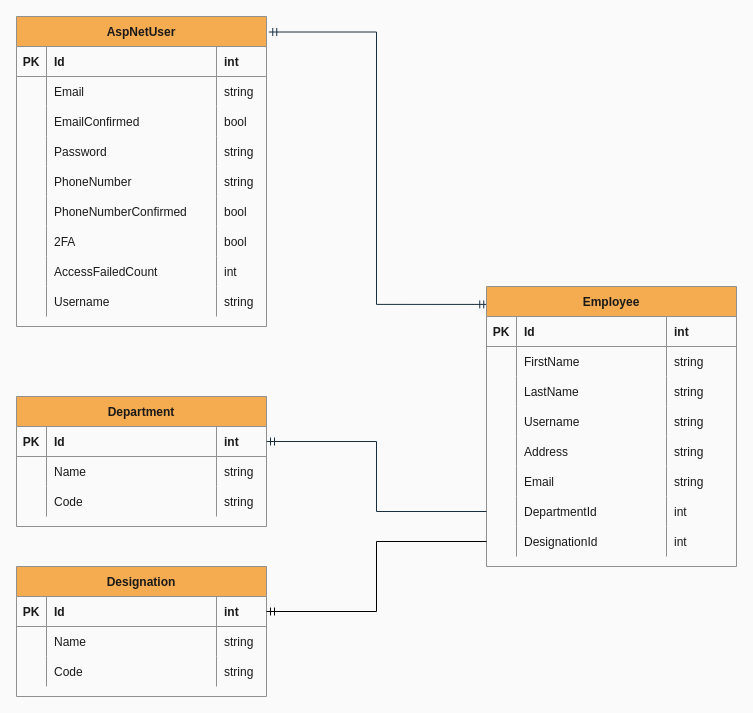
Earlier version of the draw.io diagram HRIS.drawio.xml (genebit/draw.io-diagrams). Source tidied: cells renumbered, new cells numbered last; positions are measured from the earlier drawing's top-left corner, leaving out a move shared by most shapes. Both pictures are drawn from the tidied source at 100%, with x=0, y=0 at pixel (16, 16).
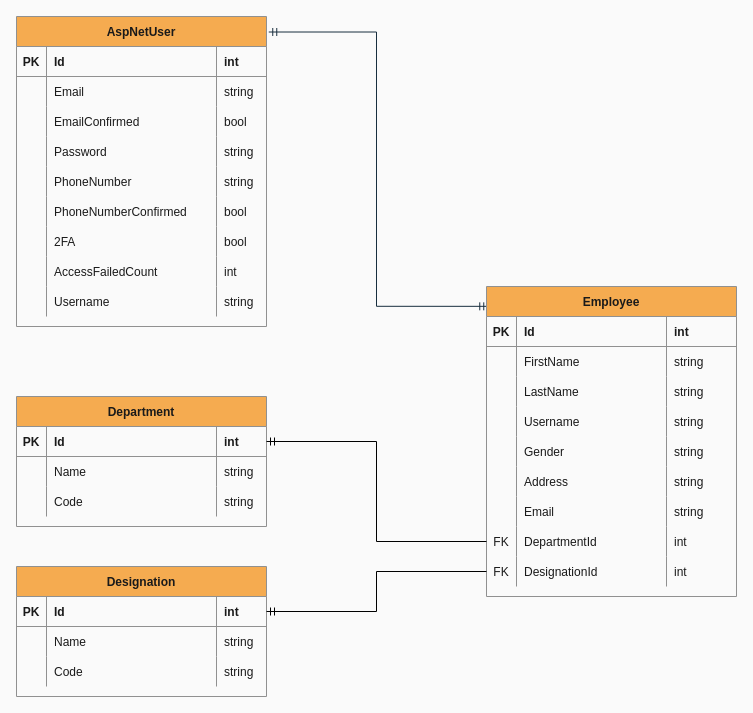
The same diagram, later.

The change refers to these unchanged cells:
```xml
<mxCell id="75" style="shape=tableRow;horizontal=0;startSize=0;swimlaneHead=0;swimlaneBody=0;fillColor=none;points=[[0,0.5],[1,0.5]];portConstraint=eastwest;top=0;left=0;right=0;bottom=1;strokeColor=#909090;fontColor=#1A1A1A;rounded=0;" parent="74" vertex="1">
  <mxGeometry y="30" width="250" height="30" as="geometry" />
</mxCell>
```

What changed in the source:
```diff
@@
     <mxCell id="41" value="Employee" style="shape=table;startSize=30;childLayout=tableLayout;rowLines=0;fontStyle=1;align=center;fillColor=#F5AB50;strokeColor=#909090;fontColor=#1A1A1A;rounded=0;shadow=0;" parent="1" vertex="1">
-      <mxGeometry x="470" y="270" width="250" height="280" as="geometry" />
+      <mxGeometry x="470" y="270" width="250" height="310" as="geometry" />
     </mxCell>
@@
+    <mxCell id="102" style="shape=tableRow;horizontal=0;startSize=0;swimlaneHead=0;swimlaneBody=0;fillColor=none;top=0;left=0;right=0;bottom=0;strokeColor=#909090;fontColor=#1A1A1A;rounded=0;" parent="41" vertex="1">
+      <mxGeometry y="150" width="250" height="30" as="geometry" />
+    </mxCell>
+    <mxCell id="103" style="shape=partialRectangle;overflow=hidden;fillColor=none;top=0;left=0;bottom=0;right=0;strokeColor=#909090;fontColor=#1A1A1A;rounded=0;" parent="102" vertex="1">
+      <mxGeometry width="30" height="30" as="geometry" />
+    </mxCell>
+    <mxCell id="104" value="Gender    " style="shape=partialRectangle;overflow=hidden;fillColor=none;align=left;top=0;left=0;bottom=0;right=0;spacingLeft=6;strokeColor=#909090;fontColor=#1A1A1A;rounded=0;" parent="102" vertex="1">
+      <mxGeometry x="30" width="150" height="30" as="geometry" />
+    </mxCell>
+    <mxCell id="105" value="string" style="shape=partialRectangle;overflow=hidden;fillColor=none;align=left;top=0;left=0;bottom=0;right=0;spacingLeft=6;strokeColor=#909090;fontColor=#1A1A1A;rounded=0;" parent="102" vertex="1">
+      <mxGeometry x="180" width="70" height="30" as="geometry" />
+    </mxCell>
     <mxCell id="58" style="shape=tableRow;horizontal=0;startSize=0;swimlaneHead=0;swimlaneBody=0;fillColor=none;top=0;left=0;right=0;bottom=0;strokeColor=#909090;fontColor=#1A1A1A;rounded=0;" parent="41" vertex="1">
-      <mxGeometry y="150" width="250" height="30" as="geometry" />
+      <mxGeometry y="180" width="250" height="30" as="geometry" />
     </mxCell>
@@
     <mxCell id="62" style="shape=tableRow;horizontal=0;startSize=0;swimlaneHead=0;swimlaneBody=0;fillColor=none;top=0;left=0;right=0;bottom=0;strokeColor=#909090;fontColor=#1A1A1A;rounded=0;" parent="41" vertex="1">
-      <mxGeometry y="180" width="250" height="30" as="geometry" />
+      <mxGeometry y="210" width="250" height="30" as="geometry" />
     </mxCell>
@@
     <mxCell id="66" style="shape=tableRow;horizontal=0;startSize=0;swimlaneHead=0;swimlaneBody=0;fillColor=none;points=[[0,0.5],[1,0.5]];portConstraint=eastwest;top=0;left=0;right=0;bottom=0;strokeColor=#909090;fontColor=#1A1A1A;rounded=0;" parent="41" vertex="1">
-      <mxGeometry y="210" width="250" height="30" as="geometry" />
+      <mxGeometry y="240" width="250" height="30" as="geometry" />
     </mxCell>
-    <mxCell id="67" style="shape=partialRectangle;overflow=hidden;fillColor=none;top=0;left=0;bottom=0;right=0;strokeColor=#909090;fontColor=#1A1A1A;rounded=0;" parent="66" vertex="1">
+    <mxCell id="67" value="FK" style="shape=partialRectangle;overflow=hidden;fillColor=none;top=0;left=0;bottom=0;right=0;strokeColor=#909090;fontColor=#1A1A1A;rounded=0;" parent="66" vertex="1">
       <mxGeometry width="30" height="30" as="geometry" />
     </mxCell>
@@
     <mxCell id="70" style="shape=tableRow;horizontal=0;startSize=0;swimlaneHead=0;swimlaneBody=0;fillColor=none;points=[[0,0.5],[1,0.5]];portConstraint=eastwest;top=0;left=0;right=0;bottom=0;strokeColor=#909090;fontColor=#1A1A1A;rounded=0;" parent="41" vertex="1">
-      <mxGeometry y="240" width="250" height="30" as="geometry" />
+      <mxGeometry y="270" width="250" height="30" as="geometry" />
     </mxCell>
-    <mxCell id="71" style="shape=partialRectangle;overflow=hidden;fillColor=none;top=0;left=0;bottom=0;right=0;strokeColor=#909090;fontColor=#1A1A1A;rounded=0;" parent="70" vertex="1">
+    <mxCell id="71" value="FK" style="shape=partialRectangle;overflow=hidden;fillColor=none;top=0;left=0;bottom=0;right=0;strokeColor=#909090;fontColor=#1A1A1A;rounded=0;" parent="70" vertex="1">
       <mxGeometry width="30" height="30" as="geometry" />
     </mxCell>
@@
-    <mxCell id="100" style="edgeStyle=orthogonalEdgeStyle;jettySize=auto;html=1;entryX=1;entryY=0.5;entryDx=0;entryDy=0;endArrow=ERmandOne;endFill=0;labelBackgroundColor=#EEEEEE;strokeColor=#182E3E;fontColor=#1A1A1A;rounded=0;" parent="1" edge="1" source="66" target="75">
+    <mxCell id="100" style="edgeStyle=orthogonalEdgeStyle;jettySize=auto;html=1;entryX=1;entryY=0.5;entryDx=0;entryDy=0;endArrow=ERmandOne;endFill=0;labelBackgroundColor=#EEEEEE;strokeColor=default;fontColor=#1A1A1A;rounded=0;" parent="1" edge="1" source="66" target="75">
       <mxGeometry relative="1" as="geometry" />
     </mxCell>
```
